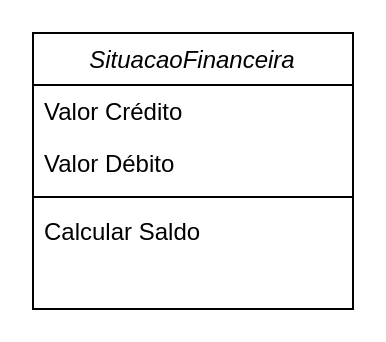
kawasousa/IFPI-ADS keeps this draw.io diagram as Programação Orientada a Objetos/Atividades/Atividade Extra - Abstrações/UML/SituacaoFinanceira.drawio. Above is the earlier version. Source tidied: cells renumbered, new cells numbered last; positions are measured from the earlier drawing's top-left corner, leaving out a move shared by most shapes. Both pictures are drawn from the tidied source at 200%, with x=0, y=0 at pixel (32, 32).
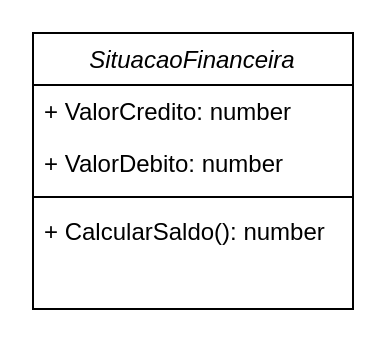
After the change.

What changed in the source:
```diff
@@
 <mxGraphModel>
   <root>
     <mxCell id="0" />
     <mxCell id="1" parent="0" />
     <mxCell id="2" value="SituacaoFinanceira" style="swimlane;fontStyle=2;align=center;verticalAlign=top;horizontal=1;startSize=26;rounded=0;shadow=0;strokeWidth=1;" parent="1" vertex="1">
       <mxGeometry width="160" height="138" as="geometry" />
     </mxCell>
-    <mxCell id="3" value="Valor Crédito" style="text;align=left;verticalAlign=top;spacingLeft=4;spacingRight=4;overflow=hidden;" parent="2" vertex="1">
+    <mxCell id="3" value="+ ValorCredito: number" style="text;align=left;verticalAlign=top;spacingLeft=4;spacingRight=4;overflow=hidden;" parent="2" vertex="1">
       <mxGeometry y="26" width="160" height="26" as="geometry" />
     </mxCell>
-    <mxCell id="4" value="Valor Débito" style="text;align=left;verticalAlign=top;spacingLeft=4;spacingRight=4;overflow=hidden;rounded=0;shadow=0;html=0;" parent="2" vertex="1">
+    <mxCell id="4" value="+ ValorDebito: number" style="text;align=left;verticalAlign=top;spacingLeft=4;spacingRight=4;overflow=hidden;rounded=0;shadow=0;html=0;" parent="2" vertex="1">
       <mxGeometry y="52" width="160" height="26" as="geometry" />
     </mxCell>
     <mxCell id="5" style="line;html=1;strokeWidth=1;align=left;verticalAlign=middle;spacingTop=-1;spacingLeft=3;spacingRight=3;labelPosition=right;" parent="2" vertex="1">
       <mxGeometry y="78" width="160" height="8" as="geometry" />
     </mxCell>
-    <mxCell id="6" value="Calcular Saldo" style="text;align=left;verticalAlign=top;spacingLeft=4;spacingRight=4;overflow=hidden;" parent="2" vertex="1">
+    <mxCell id="6" value="+ CalcularSaldo(): number" style="text;align=left;verticalAlign=top;spacingLeft=4;spacingRight=4;overflow=hidden;" parent="2" vertex="1">
       <mxGeometry y="86" width="160" height="26" as="geometry" />
     </mxCell>
   </root>
 </mxGraphModel>
```
